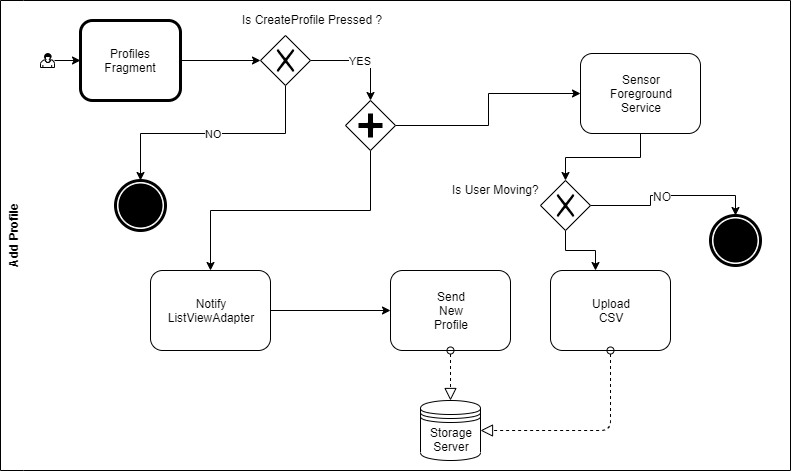
The draw.io diagram Resources/State of the Art/Add_Profile.png in loghinalexandru/OC-TAIP, before a commit. Source tidied: cells renumbered, new cells last; positions are measured from the earlier drawing's top-left corner, leaving out a move shared by most shapes.
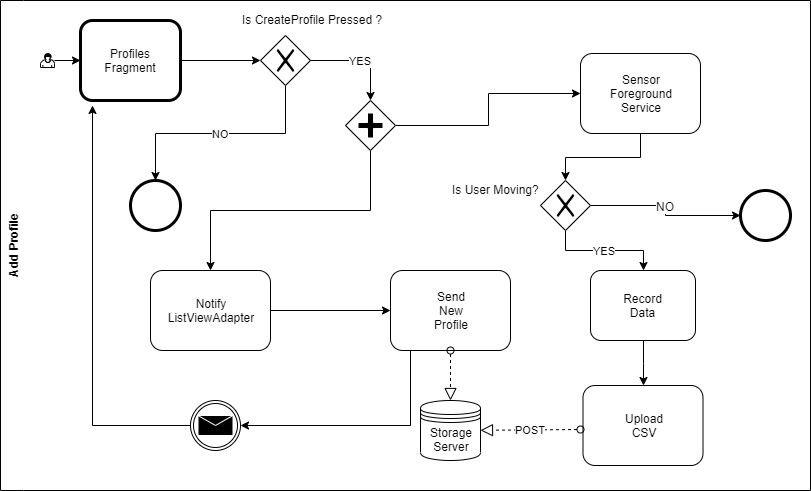
After the commit.

Commit message:
Add BPMN Diagrams

What changed in the source:
```diff
@@ -3,7 +3,7 @@
     <mxCell id="0" />
     <mxCell id="1" parent="0" />
     <mxCell id="2" value="Add Profile" style="swimlane;html=1;horizontal=0;swimlaneLine=0;startSize=23;" parent="1" vertex="1">
-      <mxGeometry width="790" height="470" as="geometry" />
+      <mxGeometry width="810" height="490" as="geometry" />
     </mxCell>
     <mxCell id="3" style="edgeStyle=orthogonalEdgeStyle;rounded=0;jettySize=auto;html=1;" parent="2" edge="1" source="4" target="7">
       <mxGeometry relative="1" as="geometry" />
@@ -11,10 +11,8 @@
     <mxCell id="4" style="shape=mxgraph.bpmn.user_task;html=1;outlineConnect=0;" parent="2" vertex="1">
       <mxGeometry x="40" y="53" width="14" height="14" as="geometry" />
     </mxCell>
-    <mxCell id="5" value="NO" style="edgeStyle=orthogonalEdgeStyle;rounded=0;jettySize=auto;html=1;exitX=0.5;exitY=1;exitDx=0;exitDy=0;" parent="2" edge="1" source="19">
-      <mxGeometry relative="1" as="geometry">
-        <mxPoint x="140" y="180" as="targetPoint" />
-      </mxGeometry>
+    <mxCell id="5" value="NO" style="edgeStyle=orthogonalEdgeStyle;rounded=0;jettySize=auto;html=1;exitX=0.5;exitY=1;exitDx=0;exitDy=0;entryX=0.5;entryY=0;entryDx=0;entryDy=0;" parent="2" edge="1" source="19" target="32">
+      <mxGeometry relative="1" as="geometry" />
     </mxCell>
     <mxCell id="6" style="edgeStyle=orthogonalEdgeStyle;rounded=0;jettySize=auto;html=1;" parent="2" edge="1" source="7" target="19">
       <mxGeometry relative="1" as="geometry" />
@@ -58,39 +56,56 @@
     <mxCell id="19" style="shape=mxgraph.bpmn.shape;html=1;verticalLabelPosition=bottom;labelBackgroundColor=#ffffff;verticalAlign=top;align=center;perimeter=rhombusPerimeter;background=gateway;outlineConnect=0;outline=none;symbol=exclusiveGw;" parent="2" vertex="1">
       <mxGeometry x="260" y="35" width="50" height="50" as="geometry" />
     </mxCell>
-    <mxCell id="20" style="shape=mxgraph.bpmn.shape;html=1;verticalLabelPosition=bottom;labelBackgroundColor=#ffffff;verticalAlign=top;align=center;perimeter=ellipsePerimeter;outline=end;symbol=terminate;" parent="2" vertex="1">
-      <mxGeometry x="115" y="180" width="50" height="50" as="geometry" />
-    </mxCell>
     <mxCell id="21" style="shape=mxgraph.bpmn.shape;html=1;verticalLabelPosition=bottom;labelBackgroundColor=#ffffff;verticalAlign=top;align=center;perimeter=rhombusPerimeter;background=gateway;outlineConnect=0;outline=none;symbol=parallelGw;" parent="2" vertex="1">
       <mxGeometry x="345" y="100" width="50" height="50" as="geometry" />
     </mxCell>
-    <mxCell id="22" style="edgeStyle=orthogonalEdgeStyle;rounded=0;jettySize=auto;html=1;entryX=0.5;entryY=0;entryDx=0;entryDy=0;" parent="2" edge="1" source="25" target="27">
+    <mxCell id="22" style="edgeStyle=orthogonalEdgeStyle;rounded=0;jettySize=auto;html=1;entryX=0;entryY=0.5;entryDx=0;entryDy=0;" parent="2" edge="1" source="25" target="31">
       <mxGeometry relative="1" as="geometry" />
     </mxCell>
     <mxCell id="23" value="NO" style="text;html=1;align=center;verticalAlign=middle;labelBackgroundColor=#ffffff;" parent="22" vertex="1">
       <mxGeometry x="-0.08" relative="1" as="geometry" />
     </mxCell>
-    <mxCell id="24" style="edgeStyle=orthogonalEdgeStyle;rounded=0;jettySize=auto;html=1;entryX=0.375;entryY=0;entryDx=0;entryDy=0;entryPerimeter=0;" parent="2" edge="1" source="25" target="28">
-      <mxGeometry relative="1" as="geometry" />
-    </mxCell>
+    <mxCell id="30" value="YES" style="edgeStyle=orthogonalEdgeStyle;rounded=0;jettySize=auto;html=1;" parent="2" edge="1" source="25" target="37">
+      <mxGeometry relative="1" as="geometry" />
+    </mxCell>
     <mxCell id="25" style="shape=mxgraph.bpmn.shape;html=1;verticalLabelPosition=bottom;labelBackgroundColor=#ffffff;verticalAlign=top;align=center;perimeter=rhombusPerimeter;background=gateway;outlineConnect=0;outline=none;symbol=exclusiveGw;" parent="2" vertex="1">
       <mxGeometry x="540" y="180" width="50" height="50" as="geometry" />
     </mxCell>
     <mxCell id="26" value="Is User Moving?" style="text;html=1;align=left;verticalAlign=top;spacingTop=-4;" parent="2" vertex="1">
       <mxGeometry x="450" y="180" width="100" height="20" as="geometry" />
     </mxCell>
-    <mxCell id="27" style="shape=mxgraph.bpmn.shape;html=1;verticalLabelPosition=bottom;labelBackgroundColor=#ffffff;verticalAlign=top;align=center;perimeter=ellipsePerimeter;outlineConnect=0;outline=end;symbol=terminate;" parent="2" vertex="1">
-      <mxGeometry x="710" y="215" width="50" height="50" as="geometry" />
-    </mxCell>
     <mxCell id="28" value="Upload&lt;br&gt;CSV" style="shape=ext;rounded=1;html=1;whiteSpace=wrap;" parent="2" vertex="1">
-      <mxGeometry x="550" y="270" width="120" height="80" as="geometry" />
+      <mxGeometry x="582.5" y="385" width="120" height="80" as="geometry" />
     </mxCell>
-    <mxCell id="29" style="startArrow=oval;startFill=0;startSize=7;endArrow=block;endFill=0;endSize=10;dashed=1;html=1;exitX=0.5;exitY=1;exitDx=0;exitDy=0;" parent="2" edge="1" source="28" target="16">
+    <mxCell id="29" value="POST" style="startArrow=oval;startFill=0;startSize=7;endArrow=block;endFill=0;endSize=10;dashed=1;html=1;" parent="2" edge="1" target="16">
       <mxGeometry relative="1" as="geometry">
-        <Array as="points">
-          <mxPoint x="610" y="430" />
-        </Array>
+        <mxPoint x="580" y="429" as="sourcePoint" />
       </mxGeometry>
     </mxCell>
+    <mxCell id="31" style="shape=mxgraph.bpmn.shape;html=1;verticalLabelPosition=bottom;labelBackgroundColor=#ffffff;verticalAlign=top;align=center;perimeter=ellipsePerimeter;outlineConnect=0;outline=end;symbol=general;" parent="2" vertex="1">
+      <mxGeometry x="740" y="190" width="50" height="50" as="geometry" />
+    </mxCell>
+    <mxCell id="32" style="shape=mxgraph.bpmn.shape;html=1;verticalLabelPosition=bottom;labelBackgroundColor=#ffffff;verticalAlign=top;align=center;perimeter=ellipsePerimeter;outlineConnect=0;outline=end;symbol=general;" parent="2" vertex="1">
+      <mxGeometry x="130" y="180" width="50" height="50" as="geometry" />
+    </mxCell>
+    <mxCell id="33" style="edgeStyle=orthogonalEdgeStyle;rounded=0;jettySize=auto;html=1;entryX=0.12;entryY=1.063;entryDx=0;entryDy=0;entryPerimeter=0;" parent="2" edge="1" source="34" target="7">
+      <mxGeometry relative="1" as="geometry" />
+    </mxCell>
+    <mxCell id="34" style="shape=mxgraph.bpmn.shape;html=1;verticalLabelPosition=bottom;labelBackgroundColor=#ffffff;verticalAlign=top;align=center;perimeter=ellipsePerimeter;outlineConnect=0;outline=throwing;symbol=message;" parent="2" vertex="1">
+      <mxGeometry x="190" y="400" width="50" height="50" as="geometry" />
+    </mxCell>
+    <mxCell id="35" style="edgeStyle=orthogonalEdgeStyle;rounded=0;jettySize=auto;html=1;entryX=1;entryY=0.5;entryDx=0;entryDy=0;" parent="2" edge="1" source="15" target="34">
+      <mxGeometry relative="1" as="geometry">
+        <Array as="points">
+          <mxPoint x="410" y="425" />
+        </Array>
+      </mxGeometry>
+    </mxCell>
+    <mxCell id="36" style="edgeStyle=orthogonalEdgeStyle;rounded=0;jettySize=auto;html=1;entryX=0.5;entryY=0;entryDx=0;entryDy=0;" parent="2" edge="1" source="37" target="28">
+      <mxGeometry relative="1" as="geometry" />
+    </mxCell>
+    <mxCell id="37" value="Record&lt;br&gt;Data" style="shape=ext;rounded=1;html=1;whiteSpace=wrap;" parent="2" vertex="1">
+      <mxGeometry x="590" y="270" width="105" height="70" as="geometry" />
+    </mxCell>
   </root>
 </mxGraphModel>
```
